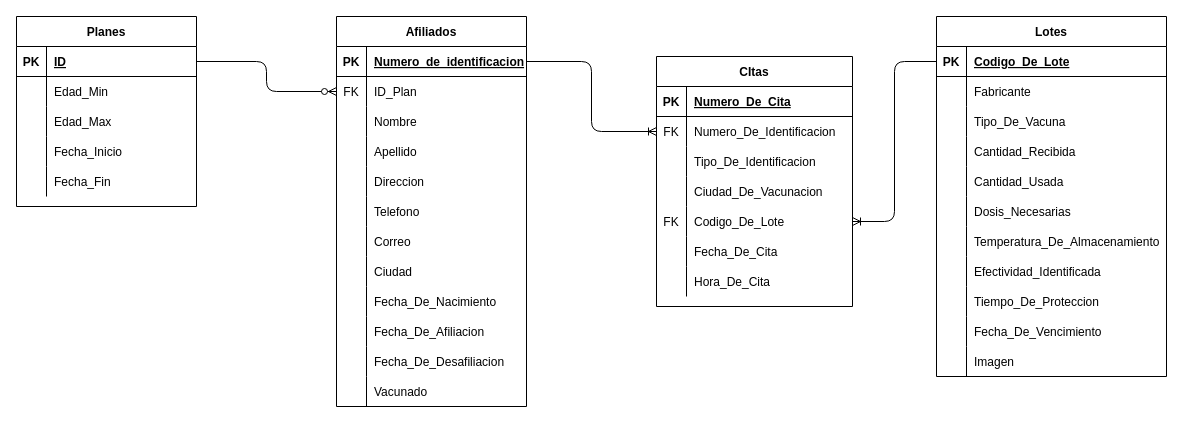
This is SISTEMA DE GESTIÓN DE VACUNACION .drawio from DavHRod/Proyecto-Final-POO-2021-1, a draw.io file, before an edit. Source tidied: cells renumbered, new cells numbered last; positions are measured from the earlier drawing's top-left corner, leaving out a move shared by most shapes. Both pictures are drawn from the tidied source at 100%, with x=0, y=0 at pixel (16, 16).
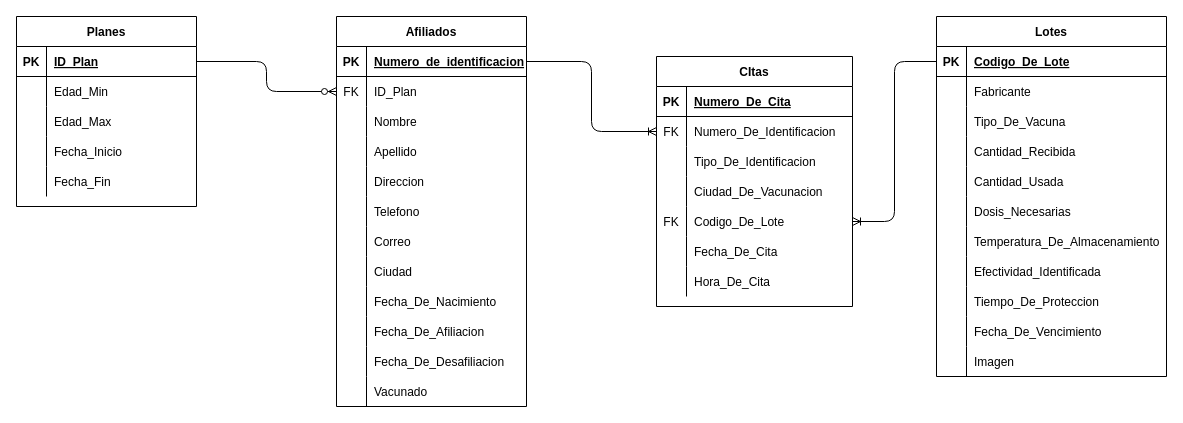
The same page after the edit.

The change refers to these unchanged cells:
```xml
<mxCell id="74" style="shape=partialRectangle;fillColor=none;top=0;left=0;bottom=1;right=0;points=[[0,0.5],[1,0.5]];portConstraint=eastwest;" parent="73" vertex="1">
  <mxGeometry y="30" width="180" height="30" as="geometry" />
</mxCell>
```

The edit, as a diff of the source:
```diff
@@
-    <mxCell id="76" value="ID" style="shape=partialRectangle;fillColor=none;top=0;left=0;bottom=0;right=0;align=left;spacingLeft=6;fontStyle=5;overflow=hidden;" parent="74" vertex="1">
+    <mxCell id="76" value="ID_Plan" style="shape=partialRectangle;fillColor=none;top=0;left=0;bottom=0;right=0;align=left;spacingLeft=6;fontStyle=5;overflow=hidden;" parent="74" vertex="1">
       <mxGeometry x="30" width="150" height="30" as="geometry" />
     </mxCell>
```
